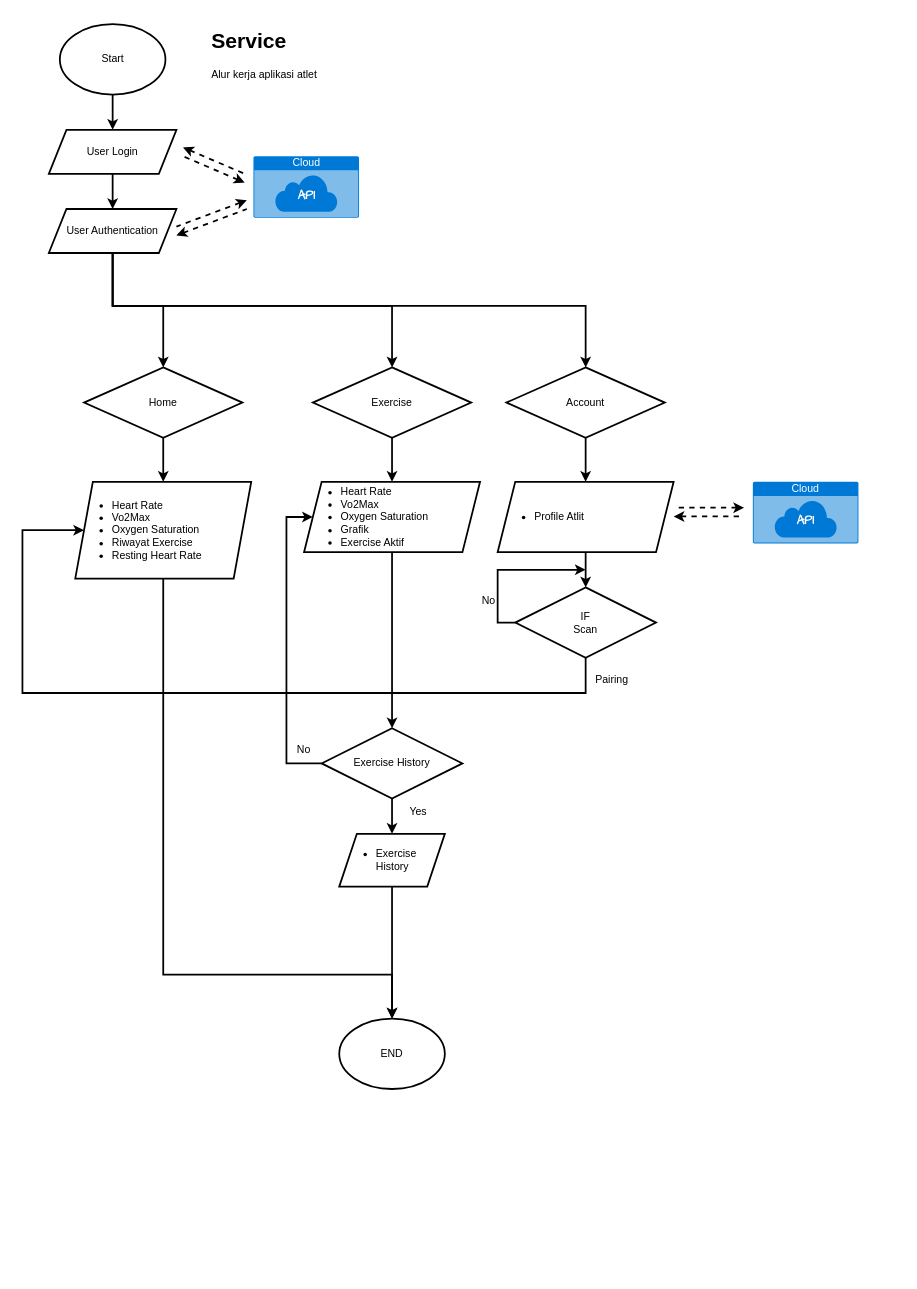
Above: Smartwatch.drawio in ilhamdestyo/draw.io (draw.io), before the change. Source tidied: cells renumbered, new cells numbered last; positions are measured from the earlier drawing's top-left corner, leaving out a move shared by most shapes. Both pictures are drawn from the tidied source at 88%, with x=0, y=0 at pixel (22, 24).
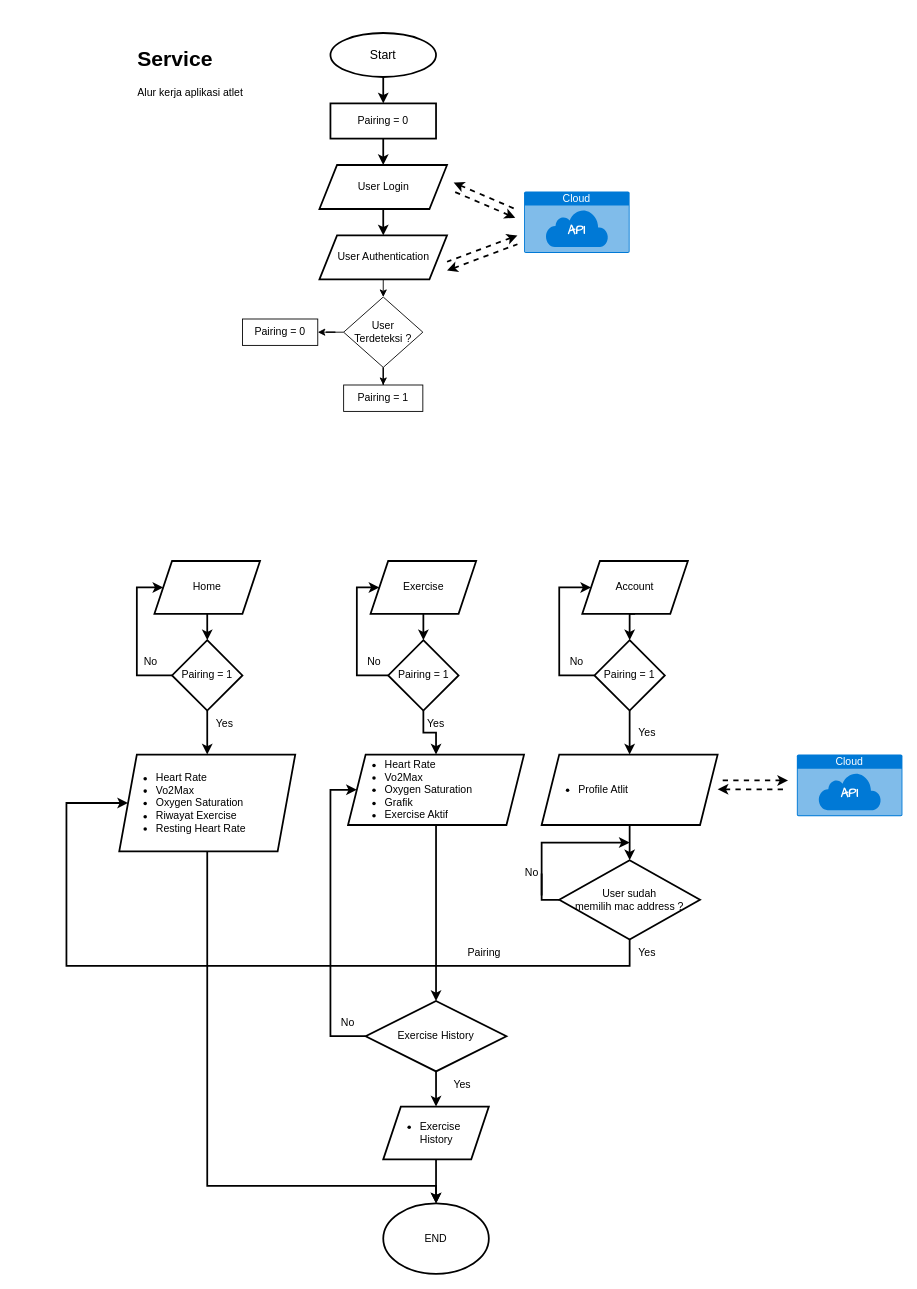
The same page after the edit.

The edit, as a diff of the source:
```diff
@@
-    <mxCell id="2" style="edgeStyle=orthogonalEdgeStyle;rounded=0;jettySize=auto;html=1;entryX=0.5;entryY=0;entryDx=0;entryDy=0;strokeWidth=2;" parent="1" edge="1" source="3" target="5">
-      <mxGeometry relative="1" as="geometry" />
-    </mxCell>
+    <mxCell id="48" style="edgeStyle=orthogonalEdgeStyle;rounded=0;jettySize=auto;html=1;entryX=0.5;entryY=0;entryDx=0;entryDy=0;strokeWidth=2;" parent="1" edge="1" source="3" target="65">
+      <mxGeometry relative="1" as="geometry" />
+    </mxCell>
-    <mxCell id="3" value="Start" style="ellipse;whiteSpace=wrap;html=1;strokeWidth=2;" parent="1" vertex="1">
-      <mxGeometry x="42.5" width="120" height="80" as="geometry" />
+    <mxCell id="3" value="&lt;font style=&quot;font-size: 14px;&quot;&gt;Start&lt;/font&gt;" style="ellipse;whiteSpace=wrap;html=1;strokeWidth=2;" parent="1" vertex="1">
+      <mxGeometry x="350" y="10" width="120" height="50" as="geometry" />
     </mxCell>
@@
     <mxCell id="5" value="User Login" style="shape=parallelogram;perimeter=parallelogramPerimeter;whiteSpace=wrap;html=1;fixedSize=1;strokeWidth=2;" parent="1" vertex="1">
-      <mxGeometry x="30" y="120" width="145" height="50" as="geometry" />
+      <mxGeometry x="337.5" y="160" width="145" height="50" as="geometry" />
     </mxCell>
+    <mxCell id="49" style="edgeStyle=orthogonalEdgeStyle;rounded=0;jettySize=auto;html=1;exitX=0.5;exitY=1;exitDx=0;exitDy=0;entryX=0.5;entryY=0;entryDx=0;entryDy=0;" parent="1" edge="1" source="6" target="74">
+      <mxGeometry relative="1" as="geometry" />
+    </mxCell>
     <mxCell id="6" value="User Authentication" style="shape=parallelogram;perimeter=parallelogramPerimeter;whiteSpace=wrap;html=1;fixedSize=1;strokeWidth=2;" parent="1" vertex="1">
-      <mxGeometry x="30" y="210" width="145" height="50" as="geometry" />
+      <mxGeometry x="337.5" y="240" width="145" height="50" as="geometry" />
     </mxCell>
-    <mxCell id="7" style="edgeStyle=orthogonalEdgeStyle;rounded=0;jettySize=auto;html=1;entryX=0.5;entryY=0;entryDx=0;entryDy=0;strokeWidth=2;exitX=0.5;exitY=1;exitDx=0;exitDy=0;" parent="1" edge="1" source="6" target="11">
-      <mxGeometry relative="1" as="geometry">
-        <Array as="points">
-          <mxPoint x="103" y="320" />
-          <mxPoint x="160" y="320" />
-        </Array>
-      </mxGeometry>
-    </mxCell>
-    <mxCell id="8" style="edgeStyle=orthogonalEdgeStyle;rounded=0;jettySize=auto;html=1;entryX=0.5;entryY=0;entryDx=0;entryDy=0;strokeWidth=2;exitX=0.5;exitY=1;exitDx=0;exitDy=0;" parent="1" edge="1" source="6" target="13">
-      <mxGeometry relative="1" as="geometry">
-        <Array as="points">
-          <mxPoint x="103" y="320" />
-          <mxPoint x="420" y="320" />
-        </Array>
-      </mxGeometry>
-    </mxCell>
-    <mxCell id="9" style="edgeStyle=orthogonalEdgeStyle;rounded=0;jettySize=auto;html=1;entryX=0.5;entryY=0;entryDx=0;entryDy=0;strokeWidth=2;exitX=0.5;exitY=1;exitDx=0;exitDy=0;" parent="1" edge="1" source="6" target="15">
-      <mxGeometry relative="1" as="geometry">
-        <Array as="points">
-          <mxPoint x="103" y="320" />
-          <mxPoint x="640" y="320" />
-        </Array>
-      </mxGeometry>
-    </mxCell>
-    <mxCell id="10" style="edgeStyle=orthogonalEdgeStyle;rounded=0;jettySize=auto;html=1;strokeWidth=2;" parent="1" edge="1" source="11" target="17">
-      <mxGeometry relative="1" as="geometry" />
-    </mxCell>
-    <mxCell id="11" value="Home" style="rhombus;whiteSpace=wrap;html=1;strokeWidth=2;" parent="1" vertex="1">
-      <mxGeometry x="70" y="390" width="180" height="80" as="geometry" />
-    </mxCell>
-    <mxCell id="12" style="edgeStyle=orthogonalEdgeStyle;rounded=0;jettySize=auto;html=1;strokeWidth=2;" parent="1" edge="1" source="13" target="19">
-      <mxGeometry relative="1" as="geometry" />
-    </mxCell>
-    <mxCell id="13" value="Exercise" style="rhombus;whiteSpace=wrap;html=1;strokeWidth=2;" parent="1" vertex="1">
-      <mxGeometry x="330" y="390" width="180" height="80" as="geometry" />
-    </mxCell>
-    <mxCell id="14" style="edgeStyle=orthogonalEdgeStyle;rounded=0;jettySize=auto;html=1;strokeWidth=2;" parent="1" edge="1" source="15" target="21">
-      <mxGeometry relative="1" as="geometry" />
-    </mxCell>
-    <mxCell id="15" value="Account" style="rhombus;whiteSpace=wrap;html=1;strokeWidth=2;" parent="1" vertex="1">
-      <mxGeometry x="550" y="390" width="180" height="80" as="geometry" />
-    </mxCell>
     <mxCell id="16" style="edgeStyle=orthogonalEdgeStyle;rounded=0;jettySize=auto;html=1;entryX=0.5;entryY=0;entryDx=0;entryDy=0;strokeWidth=2;" parent="1" edge="1" source="17" target="43">
       <mxGeometry relative="1" as="geometry">
         <Array as="points">
-          <mxPoint x="160" y="1080" />
-          <mxPoint x="420" y="1080" />
+          <mxPoint x="210" y="1320" />
+          <mxPoint x="470" y="1320" />
         </Array>
       </mxGeometry>
     </mxCell>
     <mxCell id="17" value="&lt;ul&gt;&lt;li&gt;Heart Rate&lt;/li&gt;&lt;li&gt;Vo2Max&lt;/li&gt;&lt;li&gt;Oxygen Saturation&lt;/li&gt;&lt;li&gt;Riwayat Exercise&lt;/li&gt;&lt;li&gt;Resting Heart Rate&lt;/li&gt;&lt;/ul&gt;" style="shape=parallelogram;perimeter=parallelogramPerimeter;whiteSpace=wrap;html=1;fixedSize=1;align=left;strokeWidth=2;" parent="1" vertex="1">
-      <mxGeometry x="60" y="520" width="200" height="110" as="geometry" />
+      <mxGeometry x="110" y="830" width="200" height="110" as="geometry" />
     </mxCell>
@@
     <mxCell id="19" value="&lt;ul&gt;&lt;li&gt;Heart Rate&lt;/li&gt;&lt;li&gt;Vo2Max&lt;/li&gt;&lt;li&gt;Oxygen Saturation&lt;/li&gt;&lt;li&gt;Grafik&lt;/li&gt;&lt;li&gt;Exercise Aktif&lt;/li&gt;&lt;/ul&gt;" style="shape=parallelogram;perimeter=parallelogramPerimeter;whiteSpace=wrap;html=1;fixedSize=1;align=left;strokeWidth=2;" parent="1" vertex="1">
-      <mxGeometry x="320" y="520" width="200" height="80" as="geometry" />
+      <mxGeometry x="370" y="830" width="200" height="80" as="geometry" />
     </mxCell>
@@
     <mxCell id="21" value="&lt;ul&gt;&lt;li&gt;Profile Atlit&lt;/li&gt;&lt;/ul&gt;" style="shape=parallelogram;perimeter=parallelogramPerimeter;whiteSpace=wrap;html=1;fixedSize=1;align=left;strokeWidth=2;" parent="1" vertex="1">
-      <mxGeometry x="540" y="520" width="200" height="80" as="geometry" />
+      <mxGeometry x="590" y="830" width="200" height="80" as="geometry" />
     </mxCell>
     <mxCell id="22" style="endArrow=none;dashed=1;html=1;rounded=0;strokeWidth=2;startArrow=classic;startFill=1;" parent="1" edge="1">
       <mxGeometry relative="1" as="geometry">
-        <mxPoint x="820" y="549.4" as="sourcePoint" />
-        <mxPoint x="740" y="549.4" as="targetPoint" />
+        <mxPoint x="870" y="859.4" as="sourcePoint" />
+        <mxPoint x="790" y="859.4" as="targetPoint" />
       </mxGeometry>
     </mxCell>
     <mxCell id="23" style="endArrow=none;dashed=1;html=1;rounded=0;strokeWidth=2;startArrow=classic;startFill=1;" parent="1" edge="1">
       <mxGeometry relative="1" as="geometry">
-        <mxPoint x="740" y="559.4" as="sourcePoint" />
-        <mxPoint x="820" y="559.4" as="targetPoint" />
+        <mxPoint x="790" y="869.4" as="sourcePoint" />
+        <mxPoint x="870" y="869.4" as="targetPoint" />
       </mxGeometry>
     </mxCell>
     <mxCell id="24" style="group;strokeWidth=2;" parent="1" vertex="1">
-      <mxGeometry x="830" y="520" width="120" height="70" as="geometry" />
+      <mxGeometry x="880" y="830" width="120" height="70" as="geometry" />
     </mxCell>
@@
     <mxCell id="27" style="group;strokeWidth=2;" parent="1" vertex="1">
-      <mxGeometry x="175" y="140" width="207.5" height="100" as="geometry" />
+      <mxGeometry x="482.5" y="180" width="207.5" height="100" as="geometry" />
     </mxCell>
@@
     <mxCell id="34" style="edgeStyle=orthogonalEdgeStyle;rounded=0;jettySize=auto;html=1;endSize=6;strokeWidth=2;entryX=0;entryY=0.5;entryDx=0;entryDy=0;" parent="1" edge="1" source="36" target="17">
       <mxGeometry relative="1" as="geometry">
         <Array as="points">
-          <mxPoint x="640" y="760" />
-          <mxPoint y="760" />
-          <mxPoint y="575" />
+          <mxPoint x="690" y="1070" />
+          <mxPoint x="50" y="1070" />
+          <mxPoint x="50" y="885" />
         </Array>
       </mxGeometry>
     </mxCell>
-    <mxCell id="35" style="edgeStyle=orthogonalEdgeStyle;rounded=0;jettySize=auto;html=1;strokeWidth=2;" parent="1" edge="1" source="36">
+    <mxCell id="35" style="edgeStyle=orthogonalEdgeStyle;rounded=0;jettySize=auto;html=1;strokeWidth=2;startArrow=none;" parent="1" edge="1" source="45">
       <mxGeometry relative="1" as="geometry">
-        <mxPoint x="640" y="620" as="targetPoint" />
+        <mxPoint x="690" y="930" as="targetPoint" />
         <Array as="points">
-          <mxPoint x="540" y="680" />
-          <mxPoint x="540" y="620" />
+          <mxPoint x="590" y="990" />
+          <mxPoint x="590" y="930" />
         </Array>
       </mxGeometry>
     </mxCell>
-    <mxCell id="36" value="IF&lt;br&gt;Scan" style="rhombus;whiteSpace=wrap;html=1;align=center;strokeWidth=2;" parent="1" vertex="1">
-      <mxGeometry x="560" y="640" width="160" height="80" as="geometry" />
+    <mxCell id="36" value="User sudah &lt;br&gt;memilih mac address ?" style="rhombus;whiteSpace=wrap;html=1;align=center;strokeWidth=2;" parent="1" vertex="1">
+      <mxGeometry x="610" y="950" width="160" height="90" as="geometry" />
     </mxCell>
-    <mxCell id="37" value="Pairing" style="text;html=1;strokeColor=none;fillColor=none;align=center;verticalAlign=middle;whiteSpace=wrap;rounded=0;" parent="1" vertex="1">
-      <mxGeometry x="640" y="730" width="60" height="30" as="geometry" />
+    <mxCell id="37" value="Pairing" style="text;html=1;strokeColor=none;fillColor=none;align=center;verticalAlign=middle;whiteSpace=wrap;rounded=0;strokeWidth=2;" parent="1" vertex="1">
+      <mxGeometry x="495" y="1040" width="60" height="30" as="geometry" />
     </mxCell>
     <mxCell id="38" style="edgeStyle=orthogonalEdgeStyle;rounded=0;jettySize=auto;html=1;entryX=0;entryY=0.5;entryDx=0;entryDy=0;strokeWidth=2;" parent="1" edge="1" source="40" target="19">
       <mxGeometry relative="1" as="geometry">
         <Array as="points">
-          <mxPoint x="300" y="840" />
-          <mxPoint x="300" y="560" />
+          <mxPoint x="350" y="1150" />
+          <mxPoint x="350" y="870" />
         </Array>
       </mxGeometry>
     </mxCell>
@@
     <mxCell id="40" value="Exercise History" style="rhombus;whiteSpace=wrap;html=1;align=center;strokeWidth=2;" parent="1" vertex="1">
-      <mxGeometry x="340" y="800" width="160" height="80" as="geometry" />
+      <mxGeometry x="390" y="1110" width="160" height="80" as="geometry" />
     </mxCell>
@@
     <mxCell id="42" value="&lt;ul&gt;&lt;li&gt;Exercise History&lt;/li&gt;&lt;/ul&gt;" style="shape=parallelogram;perimeter=parallelogramPerimeter;whiteSpace=wrap;html=1;fixedSize=1;strokeWidth=2;align=left;" parent="1" vertex="1">
-      <mxGeometry x="360" y="920" width="120" height="60" as="geometry" />
+      <mxGeometry x="410" y="1230" width="120" height="60" as="geometry" />
     </mxCell>
     <mxCell id="43" value="END" style="ellipse;whiteSpace=wrap;html=1;strokeWidth=2;" parent="1" vertex="1">
-      <mxGeometry x="360" y="1130" width="120" height="80" as="geometry" />
+      <mxGeometry x="410" y="1340" width="120" height="80" as="geometry" />
     </mxCell>
-    <mxCell id="44" value="&lt;h1&gt;Service&lt;/h1&gt;&lt;p&gt;Alur kerja aplikasi atlet&amp;nbsp;&lt;/p&gt;" style="text;html=1;strokeColor=none;fillColor=none;spacing=5;spacingTop=-20;whiteSpace=wrap;overflow=hidden;rounded=0;" parent="1" vertex="1">
-      <mxGeometry x="210" width="320" height="70" as="geometry" />
+    <mxCell id="44" value="&lt;h1&gt;Service&lt;/h1&gt;&lt;p&gt;Alur kerja aplikasi atlet&amp;nbsp;&lt;/p&gt;" style="text;html=1;strokeColor=none;fillColor=none;spacing=5;spacingTop=-20;whiteSpace=wrap;overflow=hidden;rounded=0;strokeWidth=2;" parent="1" vertex="1">
+      <mxGeometry x="125.6" y="20" width="204.4" height="70" as="geometry" />
     </mxCell>
-    <mxCell id="45" value="No" style="text;html=1;strokeColor=none;fillColor=none;align=center;verticalAlign=middle;whiteSpace=wrap;rounded=0;" parent="1" vertex="1">
-      <mxGeometry x="500" y="640" width="60" height="30" as="geometry" />
-    </mxCell>
-    <mxCell id="46" value="No" style="text;html=1;strokeColor=none;fillColor=none;align=center;verticalAlign=middle;whiteSpace=wrap;rounded=0;" parent="1" vertex="1">
-      <mxGeometry x="290" y="810" width="60" height="30" as="geometry" />
+    <mxCell id="46" value="No" style="text;html=1;strokeColor=none;fillColor=none;align=center;verticalAlign=middle;whiteSpace=wrap;rounded=0;strokeWidth=2;" parent="1" vertex="1">
+      <mxGeometry x="340" y="1120" width="60" height="30" as="geometry" />
     </mxCell>
-    <mxCell id="47" value="Yes" style="text;html=1;strokeColor=none;fillColor=none;align=center;verticalAlign=middle;whiteSpace=wrap;rounded=0;" parent="1" vertex="1">
-      <mxGeometry x="420" y="880" width="60" height="30" as="geometry" />
+    <mxCell id="47" value="Yes" style="text;html=1;strokeColor=none;fillColor=none;align=center;verticalAlign=middle;whiteSpace=wrap;rounded=0;strokeWidth=2;" parent="1" vertex="1">
+      <mxGeometry x="470" y="1190" width="60" height="30" as="geometry" />
     </mxCell>
+    <mxCell id="50" style="edgeStyle=orthogonalEdgeStyle;rounded=0;jettySize=auto;html=1;strokeWidth=2;endArrow=none;" parent="1" edge="1" source="36" target="45">
+      <mxGeometry relative="1" as="geometry" />
+    </mxCell>
+    <mxCell id="45" value="No" style="text;html=1;strokeColor=none;fillColor=none;align=center;verticalAlign=middle;whiteSpace=wrap;rounded=0;strokeWidth=2;" parent="1" vertex="1">
+      <mxGeometry x="548.8" y="950" width="60" height="30" as="geometry" />
+    </mxCell>
+    <mxCell id="51" value="Yes" style="text;html=1;strokeColor=none;fillColor=none;align=center;verticalAlign=middle;whiteSpace=wrap;rounded=0;strokeWidth=2;" parent="1" vertex="1">
+      <mxGeometry x="680" y="1040" width="60" height="30" as="geometry" />
+    </mxCell>
+    <mxCell id="52" style="edgeStyle=orthogonalEdgeStyle;rounded=0;jettySize=auto;html=1;entryX=0.5;entryY=0;entryDx=0;entryDy=0;strokeWidth=2;" parent="1" edge="1" source="11" target="57">
+      <mxGeometry relative="1" as="geometry" />
+    </mxCell>
+    <mxCell id="11" value="Home" style="shape=parallelogram;perimeter=parallelogramPerimeter;whiteSpace=wrap;html=1;fixedSize=1;strokeWidth=2;" parent="1" vertex="1">
+      <mxGeometry x="150" y="610" width="120" height="60" as="geometry" />
+    </mxCell>
+    <mxCell id="53" style="edgeStyle=orthogonalEdgeStyle;rounded=0;jettySize=auto;html=1;exitX=0.5;exitY=1;exitDx=0;exitDy=0;entryX=0.5;entryY=0;entryDx=0;entryDy=0;strokeWidth=2;" parent="1" edge="1" source="13" target="60">
+      <mxGeometry relative="1" as="geometry" />
+    </mxCell>
+    <mxCell id="13" value="Exercise" style="shape=parallelogram;perimeter=parallelogramPerimeter;whiteSpace=wrap;html=1;fixedSize=1;strokeWidth=2;" parent="1" vertex="1">
+      <mxGeometry x="395.6" y="610" width="120" height="60" as="geometry" />
+    </mxCell>
+    <mxCell id="54" style="edgeStyle=orthogonalEdgeStyle;rounded=0;jettySize=auto;html=1;exitX=0.5;exitY=1;exitDx=0;exitDy=0;entryX=0.5;entryY=0;entryDx=0;entryDy=0;strokeWidth=2;" parent="1" edge="1" source="15" target="63">
+      <mxGeometry relative="1" as="geometry" />
+    </mxCell>
+    <mxCell id="15" value="Account" style="shape=parallelogram;perimeter=parallelogramPerimeter;whiteSpace=wrap;html=1;fixedSize=1;strokeWidth=2;" parent="1" vertex="1">
+      <mxGeometry x="636.2" y="610" width="120" height="60" as="geometry" />
+    </mxCell>
+    <mxCell id="55" style="edgeStyle=orthogonalEdgeStyle;rounded=0;jettySize=auto;html=1;entryX=0.5;entryY=0;entryDx=0;entryDy=0;strokeWidth=2;" parent="1" edge="1" source="57" target="17">
+      <mxGeometry relative="1" as="geometry" />
+    </mxCell>
+    <mxCell id="56" style="edgeStyle=orthogonalEdgeStyle;rounded=0;jettySize=auto;html=1;entryX=0;entryY=0.5;entryDx=0;entryDy=0;strokeWidth=2;" parent="1" edge="1" source="57" target="11">
+      <mxGeometry relative="1" as="geometry">
+        <Array as="points">
+          <mxPoint x="130" y="740" />
+          <mxPoint x="130" y="640" />
+        </Array>
+      </mxGeometry>
+    </mxCell>
+    <mxCell id="57" value="Pairing = 1" style="rhombus;whiteSpace=wrap;html=1;strokeWidth=2;" parent="1" vertex="1">
+      <mxGeometry x="170" y="700" width="80" height="80" as="geometry" />
+    </mxCell>
+    <mxCell id="58" style="edgeStyle=orthogonalEdgeStyle;rounded=0;jettySize=auto;html=1;entryX=0;entryY=0.5;entryDx=0;entryDy=0;strokeWidth=2;" parent="1" edge="1" source="60" target="13">
+      <mxGeometry relative="1" as="geometry">
+        <Array as="points">
+          <mxPoint x="380" y="740" />
+          <mxPoint x="380" y="640" />
+        </Array>
+      </mxGeometry>
+    </mxCell>
+    <mxCell id="59" style="edgeStyle=orthogonalEdgeStyle;rounded=0;jettySize=auto;html=1;strokeWidth=2;" parent="1" edge="1" source="60" target="19">
+      <mxGeometry relative="1" as="geometry" />
+    </mxCell>
+    <mxCell id="60" value="Pairing = 1" style="rhombus;whiteSpace=wrap;html=1;strokeWidth=2;" parent="1" vertex="1">
+      <mxGeometry x="415.6" y="700" width="80" height="80" as="geometry" />
+    </mxCell>
+    <mxCell id="61" style="edgeStyle=orthogonalEdgeStyle;rounded=0;jettySize=auto;html=1;entryX=0;entryY=0.5;entryDx=0;entryDy=0;strokeWidth=2;" parent="1" edge="1" source="63" target="15">
+      <mxGeometry relative="1" as="geometry">
+        <Array as="points">
+          <mxPoint x="610" y="740" />
+          <mxPoint x="610" y="640" />
+        </Array>
+      </mxGeometry>
+    </mxCell>
+    <mxCell id="62" style="edgeStyle=orthogonalEdgeStyle;rounded=0;jettySize=auto;html=1;entryX=0.5;entryY=0;entryDx=0;entryDy=0;strokeWidth=2;" parent="1" edge="1" source="63" target="21">
+      <mxGeometry relative="1" as="geometry" />
+    </mxCell>
+    <mxCell id="63" value="Pairing = 1" style="rhombus;whiteSpace=wrap;html=1;strokeWidth=2;" parent="1" vertex="1">
+      <mxGeometry x="650" y="700" width="80" height="80" as="geometry" />
+    </mxCell>
+    <mxCell id="64" style="edgeStyle=orthogonalEdgeStyle;rounded=0;jettySize=auto;html=1;entryX=0.5;entryY=0;entryDx=0;entryDy=0;strokeWidth=2;" parent="1" edge="1" source="65" target="5">
+      <mxGeometry relative="1" as="geometry" />
+    </mxCell>
+    <mxCell id="65" value="&lt;font style=&quot;font-size: 12px;&quot;&gt;Pairing = 0&lt;/font&gt;" style="rounded=0;whiteSpace=wrap;html=1;strokeWidth=2;" parent="1" vertex="1">
+      <mxGeometry x="350" y="90" width="120" height="40" as="geometry" />
+    </mxCell>
+    <mxCell id="66" value="Yes" style="text;html=1;strokeColor=none;fillColor=none;align=center;verticalAlign=middle;whiteSpace=wrap;rounded=0;strokeWidth=2;" parent="1" vertex="1">
+      <mxGeometry x="200" y="780" width="60" height="30" as="geometry" />
+    </mxCell>
+    <mxCell id="67" value="Yes" style="text;html=1;strokeColor=none;fillColor=none;align=center;verticalAlign=middle;whiteSpace=wrap;rounded=0;strokeWidth=2;" parent="1" vertex="1">
+      <mxGeometry x="440" y="780" width="60" height="30" as="geometry" />
+    </mxCell>
+    <mxCell id="68" value="Yes" style="text;html=1;strokeColor=none;fillColor=none;align=center;verticalAlign=middle;whiteSpace=wrap;rounded=0;strokeWidth=2;" parent="1" vertex="1">
+      <mxGeometry x="680" y="790" width="60" height="30" as="geometry" />
+    </mxCell>
+    <mxCell id="69" value="No" style="text;html=1;strokeColor=none;fillColor=none;align=center;verticalAlign=middle;whiteSpace=wrap;rounded=0;strokeWidth=2;" parent="1" vertex="1">
+      <mxGeometry x="115.6" y="710" width="60" height="30" as="geometry" />
+    </mxCell>
+    <mxCell id="70" value="No" style="text;html=1;strokeColor=none;fillColor=none;align=center;verticalAlign=middle;whiteSpace=wrap;rounded=0;strokeWidth=2;" parent="1" vertex="1">
+      <mxGeometry x="370" y="710" width="60" height="30" as="geometry" />
+    </mxCell>
+    <mxCell id="71" value="No" style="text;html=1;strokeColor=none;fillColor=none;align=center;verticalAlign=middle;whiteSpace=wrap;rounded=0;strokeWidth=2;" parent="1" vertex="1">
+      <mxGeometry x="600" y="710" width="60" height="30" as="geometry" />
+    </mxCell>
+    <mxCell id="72" style="edgeStyle=orthogonalEdgeStyle;rounded=0;jettySize=auto;html=1;" parent="1" edge="1" source="74" target="75">
+      <mxGeometry relative="1" as="geometry" />
+    </mxCell>
+    <mxCell id="73" style="edgeStyle=orthogonalEdgeStyle;rounded=0;jettySize=auto;html=1;" parent="1" edge="1" source="74" target="76">
+      <mxGeometry relative="1" as="geometry" />
+    </mxCell>
+    <mxCell id="74" value="User &lt;br&gt;Terdeteksi ?" style="rhombus;whiteSpace=wrap;html=1;" parent="1" vertex="1">
+      <mxGeometry x="365" y="310" width="90" height="80" as="geometry" />
+    </mxCell>
+    <mxCell id="75" value="Pairing = 1" style="whiteSpace=wrap;html=1;" parent="1" vertex="1">
+      <mxGeometry x="365" y="410" width="90" height="30" as="geometry" />
+    </mxCell>
+    <mxCell id="76" value="Pairing = 0" style="whiteSpace=wrap;html=1;" parent="1" vertex="1">
+      <mxGeometry x="250" y="335" width="85.6" height="30" as="geometry" />
+    </mxCell>
```
